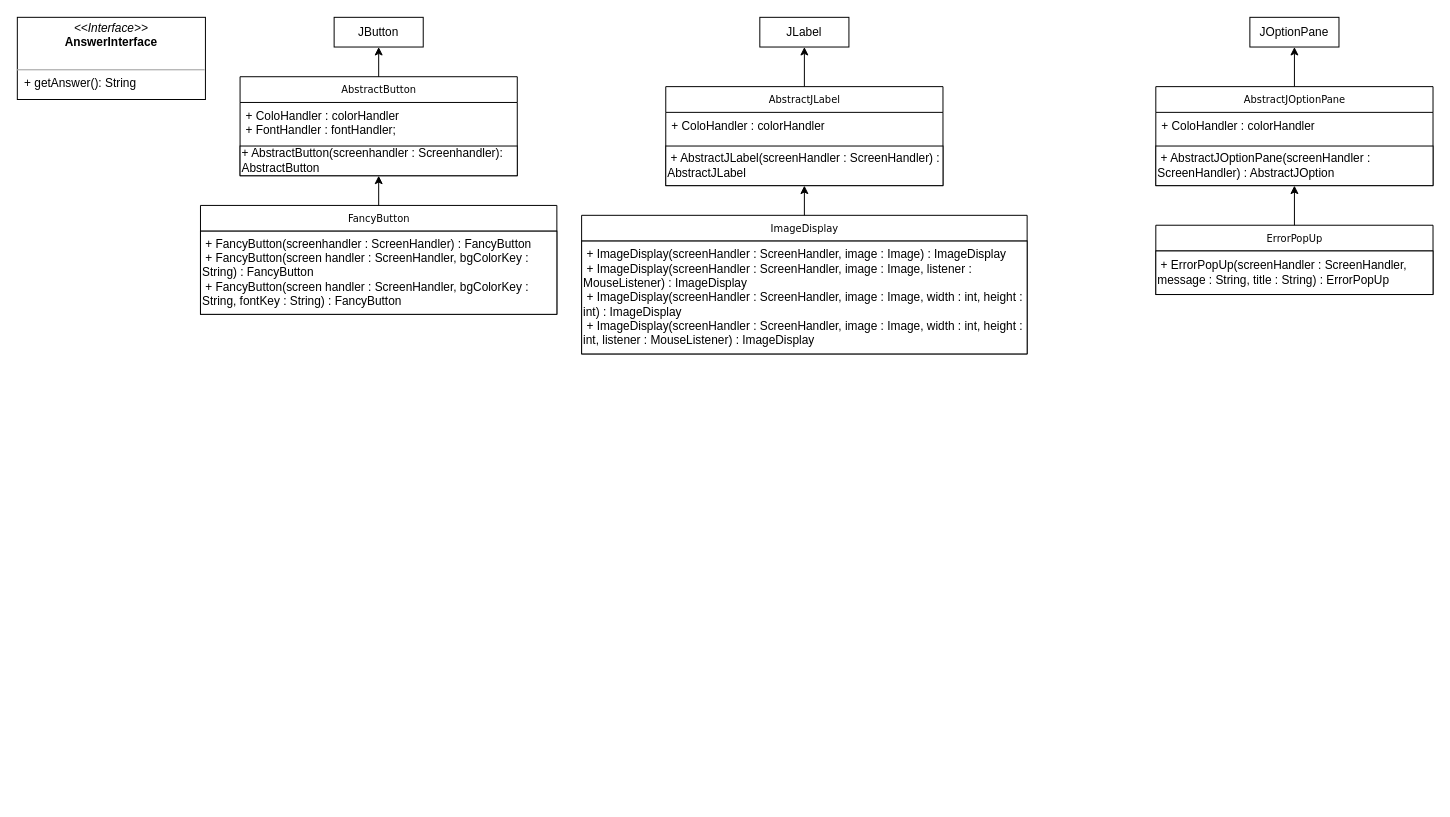
Above: Klassenstrukturen/Untitled Diagram.drawio in JulianGottfried/ATdIT_Gruppe2 (draw.io), before the change. Source tidied: cells renumbered, new cells numbered last; positions are measured from the earlier drawing's top-left corner, leaving out a move shared by most shapes. Both pictures are drawn from the tidied source at 99%, with x=0, y=0 at pixel (17, 17).
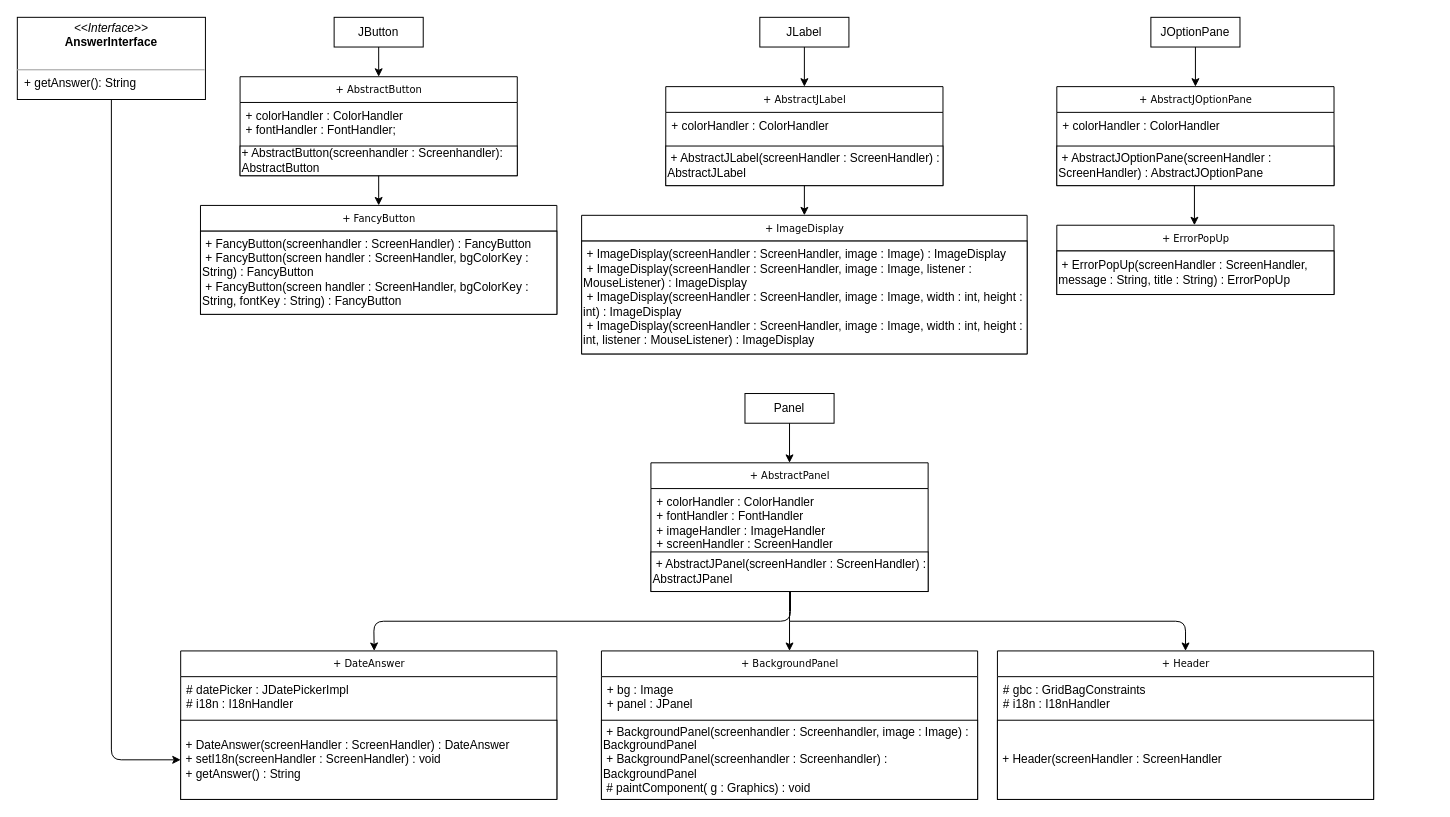
The same diagram, later.

Unchanged cells that the change refers to:
```xml
<mxCell id="4" value="+ AbstractButton(screenhandler : Screenhandler): AbstractButton" style="rounded=0;whiteSpace=wrap;html=1;align=left;" parent="2" vertex="1">
  <mxGeometry y="70" width="280" height="30" as="geometry" />
</mxCell>
<mxCell id="5" value="&lt;p style=&quot;margin: 0px ; margin-top: 4px ; text-align: center&quot;&gt;&lt;i&gt;&amp;lt;&amp;lt;Interface&amp;gt;&amp;gt;&lt;/i&gt;&lt;br&gt;&lt;b&gt;AnswerInterface&lt;/b&gt;&lt;/p&gt;&lt;p style=&quot;margin: 0px ; margin-left: 4px&quot;&gt;&lt;br&gt;&lt;/p&gt;&lt;hr size=&quot;1&quot;&gt;&lt;p style=&quot;margin: 0px ; margin-left: 4px&quot;&gt;&amp;nbsp;+ getAnswer(): String&lt;br&gt;&lt;/p&gt;" style="verticalAlign=top;align=left;overflow=fill;fontSize=12;fontFamily=Helvetica;html=1;rounded=0;shadow=0;comic=0;labelBackgroundColor=none;strokeWidth=1;" parent="1" vertex="1">
  <mxGeometry width="190" height="83" as="geometry" />
</mxCell>
<mxCell id="6" value="JButton" style="rounded=0;whiteSpace=wrap;html=1;" parent="1" vertex="1">
  <mxGeometry x="320" width="90" height="30" as="geometry" />
</mxCell>
<mxCell id="11" value="JLabel" style="rounded=0;whiteSpace=wrap;html=1;" parent="1" vertex="1">
  <mxGeometry x="750" width="90" height="30" as="geometry" />
</mxCell>
<mxCell id="14" value="&amp;nbsp;+ AbstractJLabel(screenHandler : ScreenHandler) : AbstractJLabel" style="rounded=0;whiteSpace=wrap;html=1;align=left;" parent="12" vertex="1">
  <mxGeometry y="60" width="280" height="40" as="geometry" />
</mxCell>
```

Change to the diagram source:
```diff
@@
-    <mxCell id="2" value="AbstractButton" style="swimlane;html=1;fontStyle=0;horizontal=1;startSize=26;fillColor=none;swimlaneFillColor=#ffffff;rounded=0;shadow=0;comic=0;labelBackgroundColor=none;strokeWidth=1;fontFamily=Verdana;fontSize=10;align=center;" parent="1" vertex="1">
+    <mxCell id="2" value="+ AbstractButton" style="swimlane;html=1;fontStyle=0;horizontal=1;startSize=26;fillColor=none;swimlaneFillColor=#ffffff;rounded=0;shadow=0;comic=0;labelBackgroundColor=none;strokeWidth=1;fontFamily=Verdana;fontSize=10;align=center;" parent="1" vertex="1">
       <mxGeometry x="225" y="60" width="280" height="100" as="geometry" />
     </mxCell>
-    <mxCell id="3" value="+ ColoHandler : colorHandler&lt;br&gt;+ FontHandler : fontHandler;" style="text;html=1;strokeColor=none;fillColor=none;align=left;verticalAlign=top;spacingLeft=4;spacingRight=4;whiteSpace=wrap;overflow=hidden;" parent="2" vertex="1">
+    <mxCell id="3" value="+ colorHandler : ColorHandler&lt;br&gt;+ fontHandler : FontHandler;" style="text;html=1;strokeColor=none;fillColor=none;align=left;verticalAlign=top;spacingLeft=4;spacingRight=4;whiteSpace=wrap;overflow=hidden;" parent="2" vertex="1">
       <mxGeometry y="26" width="280" height="44" as="geometry" />
     </mxCell>
@@
-    <mxCell id="7" style="endArrow=classic;html=1;entryX=0.5;entryY=1;entryDx=0;entryDy=0;exitX=0.5;exitY=0;exitDx=0;exitDy=0;" parent="1" edge="1" source="2" target="6">
+    <mxCell id="7" style="endArrow=classic;html=1;exitX=0.5;exitY=1;exitDx=0;exitDy=0;entryX=0.5;entryY=0;entryDx=0;entryDy=0;" parent="1" edge="1" source="6" target="2">
       <mxGeometry relative="1" as="geometry" />
     </mxCell>
-    <mxCell id="8" value="FancyButton" style="swimlane;html=1;fontStyle=0;horizontal=1;startSize=26;fillColor=none;swimlaneFillColor=#ffffff;rounded=0;shadow=0;comic=0;labelBackgroundColor=none;strokeWidth=1;fontFamily=Verdana;fontSize=10;align=center;" parent="1" vertex="1">
+    <mxCell id="8" value="+ FancyButton" style="swimlane;html=1;fontStyle=0;horizontal=1;startSize=26;fillColor=none;swimlaneFillColor=#ffffff;rounded=0;shadow=0;comic=0;labelBackgroundColor=none;strokeWidth=1;fontFamily=Verdana;fontSize=10;align=center;" parent="1" vertex="1">
       <mxGeometry x="185" y="190" width="360" height="110" as="geometry" />
     </mxCell>
@@
-    <mxCell id="10" style="endArrow=classic;html=1;entryX=0.5;entryY=1;entryDx=0;entryDy=0;exitX=0.5;exitY=0;exitDx=0;exitDy=0;" parent="1" edge="1" source="8" target="4">
+    <mxCell id="10" style="endArrow=classic;html=1;exitX=0.5;exitY=1;exitDx=0;exitDy=0;entryX=0.5;entryY=0;entryDx=0;entryDy=0;" parent="1" edge="1" source="4" target="8">
       <mxGeometry relative="1" as="geometry" />
     </mxCell>
@@
-    <mxCell id="12" value="AbstractJLabel" style="swimlane;html=1;fontStyle=0;horizontal=1;startSize=26;fillColor=none;swimlaneFillColor=#ffffff;rounded=0;shadow=0;comic=0;labelBackgroundColor=none;strokeWidth=1;fontFamily=Verdana;fontSize=10;align=center;" parent="1" vertex="1">
+    <mxCell id="12" value="+ AbstractJLabel" style="swimlane;html=1;fontStyle=0;horizontal=1;startSize=26;fillColor=none;swimlaneFillColor=#ffffff;rounded=0;shadow=0;comic=0;labelBackgroundColor=none;strokeWidth=1;fontFamily=Verdana;fontSize=10;align=center;" parent="1" vertex="1">
       <mxGeometry x="655" y="70" width="280" height="100" as="geometry" />
     </mxCell>
-    <mxCell id="13" value="+ ColoHandler : colorHandler" style="text;html=1;strokeColor=none;fillColor=none;align=left;verticalAlign=top;spacingLeft=4;spacingRight=4;whiteSpace=wrap;overflow=hidden;" parent="12" vertex="1">
+    <mxCell id="13" value="+ colorHandler : ColorHandler" style="text;html=1;strokeColor=none;fillColor=none;align=left;verticalAlign=top;spacingLeft=4;spacingRight=4;whiteSpace=wrap;overflow=hidden;" parent="12" vertex="1">
       <mxGeometry y="26" width="280" height="34" as="geometry" />
     </mxCell>
@@
-    <mxCell id="15" style="endArrow=classic;html=1;entryX=0.5;entryY=1;entryDx=0;entryDy=0;exitX=0.5;exitY=0;exitDx=0;exitDy=0;" parent="1" edge="1" source="12" target="11">
+    <mxCell id="15" style="endArrow=classic;html=1;exitX=0.5;exitY=1;exitDx=0;exitDy=0;entryX=0.5;entryY=0;entryDx=0;entryDy=0;" parent="1" edge="1" source="11" target="12">
       <mxGeometry relative="1" as="geometry" />
     </mxCell>
-    <mxCell id="16" value="ImageDisplay" style="swimlane;html=1;fontStyle=0;horizontal=1;startSize=26;fillColor=none;swimlaneFillColor=#ffffff;rounded=0;shadow=0;comic=0;labelBackgroundColor=none;strokeWidth=1;fontFamily=Verdana;fontSize=10;align=center;" parent="1" vertex="1">
+    <mxCell id="16" value="+ ImageDisplay" style="swimlane;html=1;fontStyle=0;horizontal=1;startSize=26;fillColor=none;swimlaneFillColor=#ffffff;rounded=0;shadow=0;comic=0;labelBackgroundColor=none;strokeWidth=1;fontFamily=Verdana;fontSize=10;align=center;" parent="1" vertex="1">
       <mxGeometry x="570" y="200" width="450" height="140" as="geometry" />
     </mxCell>
@@
-    <mxCell id="18" style="endArrow=classic;html=1;entryX=0.5;entryY=1;entryDx=0;entryDy=0;exitX=0.5;exitY=0;exitDx=0;exitDy=0;" parent="1" edge="1" source="16" target="14">
-      <mxGeometry relative="1" as="geometry" />
+    <mxCell id="18" style="endArrow=classic;html=1;exitX=0.5;exitY=1;exitDx=0;exitDy=0;" parent="1" edge="1">
+      <mxGeometry relative="1" as="geometry">
+        <mxPoint x="795" y="170" as="sourcePoint" />
+        <mxPoint x="795" y="200" as="targetPoint" />
+      </mxGeometry>
     </mxCell>
     <mxCell id="19" value="JOptionPane" style="rounded=0;whiteSpace=wrap;html=1;" parent="1" vertex="1">
-      <mxGeometry x="1245" width="90" height="30" as="geometry" />
+      <mxGeometry x="1145" width="90" height="30" as="geometry" />
     </mxCell>
-    <mxCell id="20" value="AbstractJOptionPane" style="swimlane;html=1;fontStyle=0;horizontal=1;startSize=26;fillColor=none;swimlaneFillColor=#ffffff;rounded=0;shadow=0;comic=0;labelBackgroundColor=none;strokeWidth=1;fontFamily=Verdana;fontSize=10;align=center;" parent="1" vertex="1">
-      <mxGeometry x="1150" y="70" width="280" height="100" as="geometry" />
+    <mxCell id="20" value="+ AbstractJOptionPane" style="swimlane;html=1;fontStyle=0;horizontal=1;startSize=26;fillColor=none;swimlaneFillColor=#ffffff;rounded=0;shadow=0;comic=0;labelBackgroundColor=none;strokeWidth=1;fontFamily=Verdana;fontSize=10;align=center;" parent="1" vertex="1">
+      <mxGeometry x="1050" y="70" width="280" height="100" as="geometry" />
     </mxCell>
-    <mxCell id="21" value="+ ColoHandler : colorHandler" style="text;html=1;strokeColor=none;fillColor=none;align=left;verticalAlign=top;spacingLeft=4;spacingRight=4;whiteSpace=wrap;overflow=hidden;" parent="20" vertex="1">
+    <mxCell id="21" value="+ colorHandler : ColorHandler" style="text;html=1;strokeColor=none;fillColor=none;align=left;verticalAlign=top;spacingLeft=4;spacingRight=4;whiteSpace=wrap;overflow=hidden;" parent="20" vertex="1">
       <mxGeometry y="26" width="280" height="34" as="geometry" />
     </mxCell>
-    <mxCell id="22" value="&amp;nbsp;+ AbstractJOptionPane(screenHandler : ScreenHandler) : AbstractJOption" style="rounded=0;whiteSpace=wrap;html=1;align=left;" parent="20" vertex="1">
+    <mxCell id="22" value="&amp;nbsp;+ AbstractJOptionPane(screenHandler : ScreenHandler) : AbstractJOptionPane" style="rounded=0;whiteSpace=wrap;html=1;align=left;" parent="20" vertex="1">
       <mxGeometry y="60" width="280" height="40" as="geometry" />
     </mxCell>
-    <mxCell id="23" style="endArrow=classic;html=1;entryX=0.5;entryY=1;entryDx=0;entryDy=0;exitX=0.5;exitY=0;exitDx=0;exitDy=0;" parent="1" edge="1" source="20" target="19">
+    <mxCell id="23" style="endArrow=classic;html=1;exitX=0.5;exitY=1;exitDx=0;exitDy=0;entryX=0.5;entryY=0;entryDx=0;entryDy=0;" parent="1" edge="1" source="19" target="20">
       <mxGeometry relative="1" as="geometry" />
     </mxCell>
-    <mxCell id="24" value="ErrorPopUp" style="swimlane;html=1;fontStyle=0;horizontal=1;startSize=26;fillColor=none;swimlaneFillColor=#ffffff;rounded=0;shadow=0;comic=0;labelBackgroundColor=none;strokeWidth=1;fontFamily=Verdana;fontSize=10;align=center;" parent="1" vertex="1">
-      <mxGeometry x="1150" y="210" width="280" height="70" as="geometry" />
+    <mxCell id="24" value="+ ErrorPopUp" style="swimlane;html=1;fontStyle=0;horizontal=1;startSize=26;fillColor=none;swimlaneFillColor=#ffffff;rounded=0;shadow=0;comic=0;labelBackgroundColor=none;strokeWidth=1;fontFamily=Verdana;fontSize=10;align=center;" parent="1" vertex="1">
+      <mxGeometry x="1050" y="210" width="280" height="70" as="geometry" />
     </mxCell>
@@
-    <mxCell id="26" style="endArrow=classic;html=1;entryX=0.5;entryY=1;entryDx=0;entryDy=0;exitX=0.5;exitY=0;exitDx=0;exitDy=0;" parent="1" edge="1" source="24">
+    <mxCell id="26" style="endArrow=classic;html=1;exitX=0.5;exitY=1;exitDx=0;exitDy=0;entryX=0.5;entryY=0;entryDx=0;entryDy=0;" parent="1" edge="1">
       <mxGeometry relative="1" as="geometry">
-        <mxPoint x="1290" y="170" as="targetPoint" />
+        <mxPoint x="1189" y="170" as="sourcePoint" />
+        <mxPoint x="1189" y="210" as="targetPoint" />
       </mxGeometry>
     </mxCell>
+    <mxCell id="27" value="Panel" style="rounded=0;whiteSpace=wrap;html=1;" parent="1" vertex="1">
+      <mxGeometry x="735" y="380" width="90" height="30" as="geometry" />
+    </mxCell>
+    <mxCell id="28" value="+ AbstractPanel" style="swimlane;html=1;fontStyle=0;horizontal=1;startSize=26;fillColor=none;swimlaneFillColor=#ffffff;rounded=0;shadow=0;comic=0;labelBackgroundColor=none;strokeWidth=1;fontFamily=Verdana;fontSize=10;align=center;" parent="1" vertex="1">
+      <mxGeometry x="640" y="450" width="280" height="130" as="geometry" />
+    </mxCell>
+    <mxCell id="29" value="+ colorHandler : ColorHandler&lt;br&gt;+ fontHandler : FontHandler&lt;br&gt;+ imageHandler : ImageHandler&lt;br&gt;+ screenHandler : ScreenHandler" style="text;html=1;strokeColor=none;fillColor=none;align=left;verticalAlign=top;spacingLeft=4;spacingRight=4;whiteSpace=wrap;overflow=hidden;" parent="28" vertex="1">
+      <mxGeometry y="26" width="280" height="64" as="geometry" />
+    </mxCell>
+    <mxCell id="30" value="&amp;nbsp;+ AbstractJPanel(screenHandler : ScreenHandler) : AbstractJPanel" style="rounded=0;whiteSpace=wrap;html=1;align=left;" parent="28" vertex="1">
+      <mxGeometry y="90" width="280" height="40" as="geometry" />
+    </mxCell>
+    <mxCell id="31" style="endArrow=classic;html=1;exitX=0.5;exitY=1;exitDx=0;exitDy=0;entryX=0.5;entryY=0;entryDx=0;entryDy=0;" parent="1" edge="1" source="27" target="28">
+      <mxGeometry relative="1" as="geometry" />
+    </mxCell>
+    <mxCell id="32" style="endArrow=classic;html=1;exitX=0.5;exitY=1;exitDx=0;exitDy=0;entryX=0.5;entryY=0;entryDx=0;entryDy=0;" parent="1" edge="1" source="30" target="33">
+      <mxGeometry relative="1" as="geometry">
+        <Array as="points">
+          <mxPoint x="780" y="610" />
+          <mxPoint x="780" y="600" />
+        </Array>
+      </mxGeometry>
+    </mxCell>
+    <mxCell id="33" value="+ BackgroundPanel" style="swimlane;html=1;fontStyle=0;horizontal=1;startSize=26;fillColor=none;swimlaneFillColor=#ffffff;rounded=0;shadow=0;comic=0;labelBackgroundColor=none;strokeWidth=1;fontFamily=Verdana;fontSize=10;align=center;" parent="1" vertex="1">
+      <mxGeometry x="590" y="640" width="380" height="150" as="geometry" />
+    </mxCell>
+    <mxCell id="34" value="+ bg : Image&lt;br&gt;+ panel : JPanel" style="text;html=1;strokeColor=none;fillColor=none;align=left;verticalAlign=top;spacingLeft=4;spacingRight=4;whiteSpace=wrap;overflow=hidden;" parent="33" vertex="1">
+      <mxGeometry y="26" width="380" height="44" as="geometry" />
+    </mxCell>
+    <mxCell id="35" value="&amp;nbsp;+ BackgroundPanel(screenhandler : Screenhandler, image : Image) : BackgroundPanel&lt;br&gt;&amp;nbsp;+ BackgroundPanel(screenhandler : Screenhandler) : BackgroundPanel&lt;br&gt;&amp;nbsp;# paintComponent( g : Graphics) : void" style="rounded=0;whiteSpace=wrap;html=1;align=left;" parent="33" vertex="1">
+      <mxGeometry y="70" width="380" height="80" as="geometry" />
+    </mxCell>
+    <mxCell id="36" style="endArrow=classic;html=1;exitX=0.5;exitY=1;exitDx=0;exitDy=0;entryX=0;entryY=0.5;entryDx=0;entryDy=0;" parent="1" edge="1" source="5" target="39">
+      <mxGeometry relative="1" as="geometry">
+        <Array as="points">
+          <mxPoint x="95" y="750" />
+        </Array>
+      </mxGeometry>
+    </mxCell>
+    <mxCell id="37" value="+ DateAnswer" style="swimlane;html=1;fontStyle=0;horizontal=1;startSize=26;fillColor=none;swimlaneFillColor=#ffffff;rounded=0;shadow=0;comic=0;labelBackgroundColor=none;strokeWidth=1;fontFamily=Verdana;fontSize=10;align=center;" parent="1" vertex="1">
+      <mxGeometry x="165" y="640" width="380" height="150" as="geometry" />
+    </mxCell>
+    <mxCell id="38" value="# datePicker : JDatePickerImpl&lt;br&gt;# i18n : I18nHandler" style="text;html=1;strokeColor=none;fillColor=none;align=left;verticalAlign=top;spacingLeft=4;spacingRight=4;whiteSpace=wrap;overflow=hidden;" parent="37" vertex="1">
+      <mxGeometry y="26" width="380" height="44" as="geometry" />
+    </mxCell>
+    <mxCell id="39" value="&amp;nbsp;+ DateAnswer(screenHandler : ScreenHandler) : DateAnswer&lt;br&gt;&amp;nbsp;+ setI18n(screenHandler : ScreenHandler) : void&lt;br&gt;&amp;nbsp;+ getAnswer() : String" style="rounded=0;whiteSpace=wrap;html=1;align=left;" parent="37" vertex="1">
+      <mxGeometry y="70" width="380" height="80" as="geometry" />
+    </mxCell>
+    <mxCell id="40" style="endArrow=classic;html=1;entryX=0.5;entryY=0;entryDx=0;entryDy=0;exitX=0.5;exitY=1;exitDx=0;exitDy=0;" parent="1" edge="1">
+      <mxGeometry relative="1" as="geometry">
+        <mxPoint x="781" y="580" as="sourcePoint" />
+        <mxPoint x="360.5" y="640" as="targetPoint" />
+        <Array as="points">
+          <mxPoint x="781" y="610" />
+          <mxPoint x="360" y="610" />
+        </Array>
+      </mxGeometry>
+    </mxCell>
+    <mxCell id="41" value="+ Header" style="swimlane;html=1;fontStyle=0;horizontal=1;startSize=26;fillColor=none;swimlaneFillColor=#ffffff;rounded=0;shadow=0;comic=0;labelBackgroundColor=none;strokeWidth=1;fontFamily=Verdana;fontSize=10;align=center;" parent="1" vertex="1">
+      <mxGeometry x="990" y="640" width="380" height="150" as="geometry" />
+    </mxCell>
+    <mxCell id="42" value="# gbc : GridBagConstraints&lt;br&gt;# i18n : I18nHandler" style="text;html=1;strokeColor=none;fillColor=none;align=left;verticalAlign=top;spacingLeft=4;spacingRight=4;whiteSpace=wrap;overflow=hidden;" parent="41" vertex="1">
+      <mxGeometry y="26" width="380" height="44" as="geometry" />
+    </mxCell>
+    <mxCell id="43" value="&amp;nbsp;+ Header(screenHandler : ScreenHandler" style="rounded=0;whiteSpace=wrap;html=1;align=left;" parent="41" vertex="1">
+      <mxGeometry y="70" width="380" height="80" as="geometry" />
+    </mxCell>
+    <mxCell id="44" style="endArrow=classic;html=1;entryX=0.5;entryY=0;entryDx=0;entryDy=0;" parent="1" edge="1" target="41">
+      <mxGeometry relative="1" as="geometry">
+        <mxPoint x="780" y="610" as="sourcePoint" />
+        <Array as="points">
+          <mxPoint x="1180" y="610" />
+        </Array>
+      </mxGeometry>
+    </mxCell>
```
